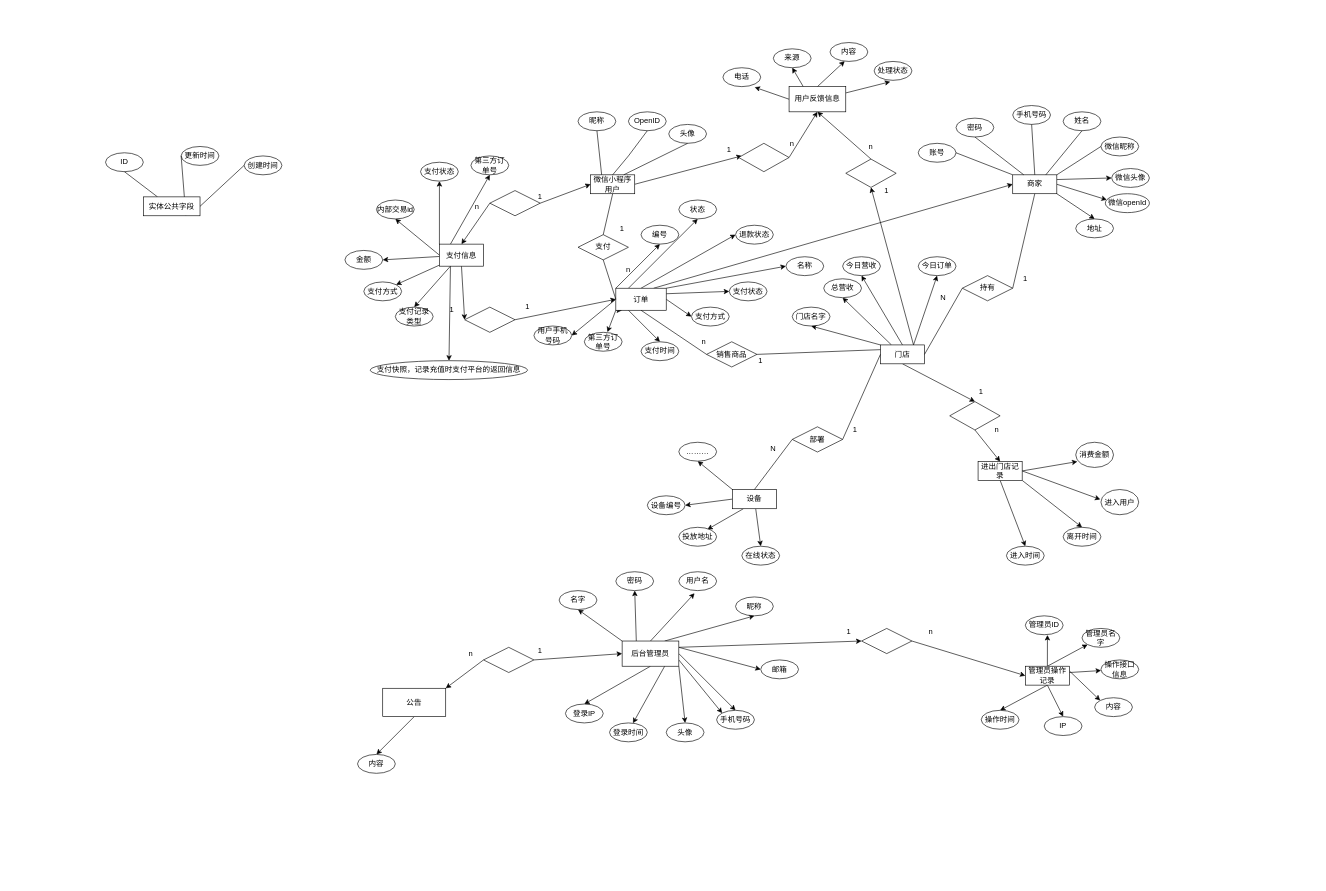
The draw.io diagram 云值守.drawio in hxb-qwe/yunzhishou, before the edit. Source tidied: cells renumbered, new cells numbered last; positions are measured from the earlier drawing's top-left corner, leaving out a move shared by most shapes. Both pictures are drawn from the tidied source at 63%, with x=0, y=0 at pixel (105, 42).
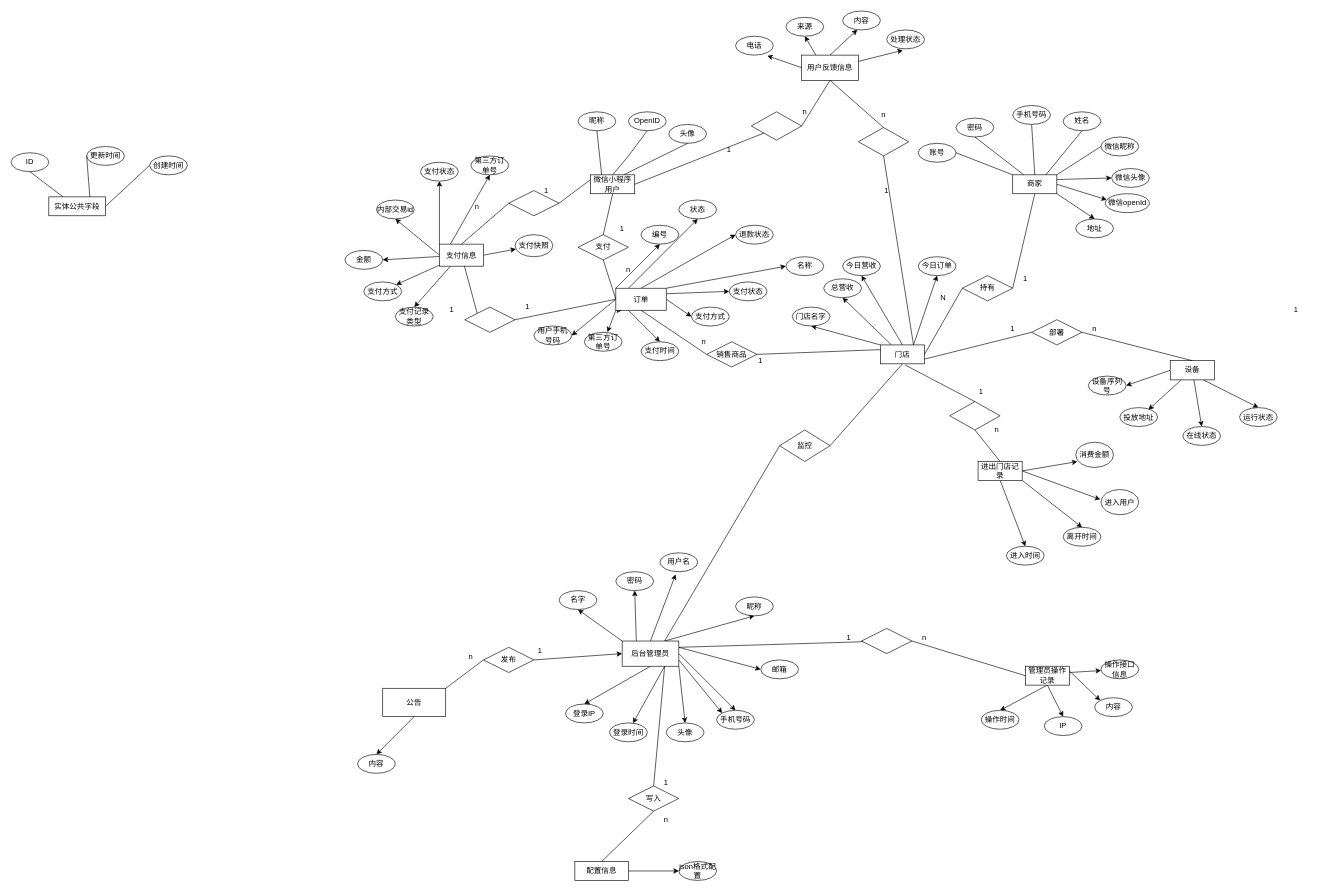
After the change.

Commit message:
更新云值守.drawio

Unchanged cells that the change refers to:
```xml
<mxCell id="3" value="微信小程序用户" style="rounded=0;whiteSpace=wrap;html=1;" parent="1" vertex="1">
  <mxGeometry x="770" y="210" width="70" height="30" as="geometry" />
</mxCell>
<mxCell id="7" value="商家" style="rounded=0;whiteSpace=wrap;html=1;" parent="1" vertex="1">
  <mxGeometry x="1440" y="210" width="70" height="30" as="geometry" />
</mxCell>
<mxCell id="14" value="门店" style="rounded=0;whiteSpace=wrap;html=1;" parent="1" vertex="1">
  <mxGeometry x="1230" y="480" width="70" height="30" as="geometry" />
</mxCell>
<mxCell id="73" value="后台管理员" style="rounded=0;whiteSpace=wrap;html=1;" parent="1" vertex="1">
  <mxGeometry x="820" y="950" width="90" height="40" as="geometry" />
</mxCell>
<mxCell id="94" value="订单" style="rounded=0;whiteSpace=wrap;html=1;" parent="1" vertex="1">
  <mxGeometry x="810" y="390" width="80" height="35" as="geometry" />
</mxCell>
<mxCell id="118" value="进出门店记录" style="rounded=0;whiteSpace=wrap;html=1;" parent="1" vertex="1">
  <mxGeometry x="1385" y="665" width="70" height="30" as="geometry" />
</mxCell>
<mxCell id="129" value="管理员操作记录" style="rounded=0;whiteSpace=wrap;html=1;" parent="1" vertex="1">
  <mxGeometry x="1460" y="990" width="70" height="30" as="geometry" />
</mxCell>
<mxCell id="145" value="支付信息" style="rounded=0;whiteSpace=wrap;html=1;" parent="1" vertex="1">
  <mxGeometry x="530" y="320" width="70" height="35" as="geometry" />
</mxCell>
<mxCell id="152" style="rhombus;whiteSpace=wrap;html=1;" parent="1" vertex="1">
  <mxGeometry x="570" y="420" width="80" height="40" as="geometry" />
</mxCell>
<mxCell id="168" style="rhombus;whiteSpace=wrap;html=1;" parent="1" vertex="1">
  <mxGeometry x="1340" y="570" width="80" height="45" as="geometry" />
</mxCell>
<mxCell id="172" style="rhombus;whiteSpace=wrap;html=1;" parent="1" vertex="1">
  <mxGeometry x="1200" y="930" width="80" height="40" as="geometry" />
</mxCell>
<mxCell id="188" value="公告" style="rounded=0;whiteSpace=wrap;html=1;" parent="1" vertex="1">
  <mxGeometry x="440" y="1025" width="100" height="45" as="geometry" />
</mxCell>
```

The edit, as a diff of the source:
```diff
@@
-    <mxCell id="2" style="edgeStyle=none;rounded=0;jettySize=auto;html=1;exitX=1;exitY=0.5;exitDx=0;exitDy=0;entryX=0.061;entryY=0.443;entryDx=0;entryDy=0;entryPerimeter=0;" parent="1" edge="1" source="3" target="176">
-      <mxGeometry relative="1" as="geometry" />
-    </mxCell>
@@
-    <mxCell id="12" style="edgeStyle=none;rounded=0;jettySize=auto;html=1;exitX=0.5;exitY=1;exitDx=0;exitDy=0;entryX=0.5;entryY=0;entryDx=0;entryDy=0;" parent="1" edge="1" source="14" target="168">
-      <mxGeometry relative="1" as="geometry" />
-    </mxCell>
-    <mxCell id="13" style="edgeStyle=none;rounded=0;jettySize=auto;html=1;exitX=0.75;exitY=0;exitDx=0;exitDy=0;entryX=0.5;entryY=1;entryDx=0;entryDy=0;" parent="1" edge="1" source="14" target="179">
-      <mxGeometry relative="1" as="geometry" />
-    </mxCell>
@@
-    <mxCell id="20" style="edgeStyle=none;rounded=0;jettySize=auto;html=1;exitX=0;exitY=0;exitDx=0;exitDy=0;entryX=0.5;entryY=1;entryDx=0;entryDy=0;" parent="1" edge="1" source="24" target="61">
-      <mxGeometry relative="1" as="geometry" />
-    </mxCell>
@@
+    <mxCell id="198" style="edgeStyle=none;rounded=0;jettySize=auto;html=1;exitX=0.75;exitY=1;exitDx=0;exitDy=0;entryX=0.5;entryY=0;entryDx=0;entryDy=0;" parent="1" edge="1" source="24" target="199">
+      <mxGeometry relative="1" as="geometry" />
+    </mxCell>
     <mxCell id="24" value="设备" style="rounded=0;whiteSpace=wrap;html=1;" parent="1" vertex="1">
-      <mxGeometry x="995" y="709.5" width="70" height="30.5" as="geometry" />
+      <mxGeometry x="1690" y="505" width="70" height="30.5" as="geometry" />
     </mxCell>
-    <mxCell id="25" style="endArrow=none;html=1;rounded=0;exitX=0.5;exitY=0;exitDx=0;exitDy=0;entryX=0;entryY=0.5;entryDx=0;entryDy=0;" parent="1" edge="1" source="24" target="26">
-      <mxGeometry relative="1" as="geometry" />
-    </mxCell>
     <mxCell id="26" value="部署" style="rhombus;whiteSpace=wrap;html=1;" parent="1" vertex="1">
-      <mxGeometry x="1090" y="610" width="80" height="40" as="geometry" />
+      <mxGeometry x="1470" y="440" width="80" height="40" as="geometry" />
     </mxCell>
-    <mxCell id="27" style="endArrow=none;html=1;rounded=0;entryX=0;entryY=0.5;entryDx=0;entryDy=0;exitX=1;exitY=0.5;exitDx=0;exitDy=0;" parent="1" edge="1" source="26" target="14">
-      <mxGeometry relative="1" as="geometry" />
-    </mxCell>
     <mxCell id="28" value="1" style="text;html=1;strokeColor=none;fillColor=none;align=center;verticalAlign=middle;whiteSpace=wrap;rounded=0;" parent="1" vertex="1">
-      <mxGeometry x="1160" y="600" width="60" height="30" as="geometry" />
+      <mxGeometry x="1860" y="410" width="60" height="30" as="geometry" />
     </mxCell>
-    <mxCell id="29" value="N" style="text;html=1;strokeColor=none;fillColor=none;align=center;verticalAlign=middle;whiteSpace=wrap;rounded=0;" parent="1" vertex="1">
-      <mxGeometry x="1030" y="630" width="60" height="30" as="geometry" />
-    </mxCell>
     <mxCell id="30" value="ID" style="ellipse;whiteSpace=wrap;html=1;" parent="1" vertex="1">
-      <mxGeometry y="175" width="60" height="30" as="geometry" />
+      <mxGeometry x="-150" y="175" width="60" height="30" as="geometry" />
     </mxCell>
@@
     <mxCell id="39" value="创建时间" style="ellipse;whiteSpace=wrap;html=1;" parent="1" vertex="1">
-      <mxGeometry x="220" y="180" width="60" height="30" as="geometry" />
+      <mxGeometry x="70" y="180" width="60" height="30" as="geometry" />
     </mxCell>
@@
     <mxCell id="41" value="更新时间" style="ellipse;whiteSpace=wrap;html=1;" parent="1" vertex="1">
-      <mxGeometry x="120" y="165" width="60" height="30" as="geometry" />
+      <mxGeometry x="-30" y="165" width="60" height="30" as="geometry" />
     </mxCell>
@@
     <mxCell id="55" value="实体公共字段" style="rounded=0;whiteSpace=wrap;html=1;" parent="1" vertex="1">
-      <mxGeometry x="60" y="245" width="90" height="30" as="geometry" />
+      <mxGeometry x="-90" y="245" width="90" height="30" as="geometry" />
     </mxCell>
@@
-    <mxCell id="61" value="………" style="ellipse;whiteSpace=wrap;html=1;" parent="1" vertex="1">
-      <mxGeometry x="910" y="634.5" width="60" height="30" as="geometry" />
-    </mxCell>
@@
-    <mxCell id="72" style="edgeStyle=none;rounded=0;jettySize=auto;html=1;exitX=1;exitY=0.25;exitDx=0;exitDy=0;entryX=0;entryY=0.5;entryDx=0;entryDy=0;" parent="1" edge="1" source="73" target="172">
-      <mxGeometry relative="1" as="geometry" />
-    </mxCell>
@@
     <mxCell id="74" value="用户名" style="ellipse;whiteSpace=wrap;html=1;" parent="1" vertex="1">
-      <mxGeometry x="910" y="840" width="60" height="30" as="geometry" />
+      <mxGeometry x="880" y="810" width="60" height="30" as="geometry" />
     </mxCell>
@@
-    <mxCell id="93" style="edgeStyle=none;rounded=0;jettySize=auto;html=1;exitX=0.75;exitY=0;exitDx=0;exitDy=0;entryX=0;entryY=0.5;entryDx=0;entryDy=0;" parent="1" edge="1" source="94" target="7">
-      <mxGeometry relative="1" as="geometry" />
-    </mxCell>
@@
-    <mxCell id="123" style="edgeStyle=none;rounded=0;jettySize=auto;html=1;exitX=0.5;exitY=0;exitDx=0;exitDy=0;entryX=0.585;entryY=1.014;entryDx=0;entryDy=0;entryPerimeter=0;" parent="1" edge="1" source="129" target="130">
-      <mxGeometry relative="1" as="geometry" />
-    </mxCell>
-    <mxCell id="124" style="edgeStyle=none;rounded=0;jettySize=auto;html=1;exitX=0.5;exitY=0;exitDx=0;exitDy=0;entryX=0;entryY=1;entryDx=0;entryDy=0;" parent="1" edge="1" source="129" target="131">
-      <mxGeometry relative="1" as="geometry" />
-    </mxCell>
@@
-    <mxCell id="130" value="管理员ID" style="ellipse;whiteSpace=wrap;html=1;" parent="1" vertex="1">
-      <mxGeometry x="1460" y="910" width="60" height="30" as="geometry" />
-    </mxCell>
-    <mxCell id="131" value="管理员名字" style="ellipse;whiteSpace=wrap;html=1;" parent="1" vertex="1">
-      <mxGeometry x="1550" y="930" width="60" height="30" as="geometry" />
-    </mxCell>
@@
-    <mxCell id="137" style="edgeStyle=none;rounded=0;jettySize=auto;html=1;exitX=0.5;exitY=1;exitDx=0;exitDy=0;entryX=0;entryY=0.5;entryDx=0;entryDy=0;" parent="1" edge="1" source="145" target="152">
-      <mxGeometry relative="1" as="geometry" />
-    </mxCell>
@@
-    <mxCell id="144" style="edgeStyle=none;rounded=0;jettySize=auto;html=1;exitX=0.25;exitY=1;exitDx=0;exitDy=0;" parent="1" edge="1" source="145" target="161">
+    <mxCell id="144" style="edgeStyle=none;rounded=0;jettySize=auto;html=1;exitX=1;exitY=0.5;exitDx=0;exitDy=0;" parent="1" edge="1" source="145" target="161">
       <mxGeometry relative="1" as="geometry" />
     </mxCell>
@@
-    <mxCell id="146" style="edgeStyle=none;rounded=0;jettySize=auto;html=1;exitX=1;exitY=0.5;exitDx=0;exitDy=0;entryX=0;entryY=0.5;entryDx=0;entryDy=0;" parent="1" edge="1" source="148" target="3">
-      <mxGeometry relative="1" as="geometry" />
-    </mxCell>
-    <mxCell id="147" style="edgeStyle=none;rounded=0;jettySize=auto;html=1;exitX=0;exitY=0.5;exitDx=0;exitDy=0;entryX=0.5;entryY=0;entryDx=0;entryDy=0;" parent="1" edge="1" source="148" target="145">
-      <mxGeometry relative="1" as="geometry" />
-    </mxCell>
     <mxCell id="148" style="rhombus;whiteSpace=wrap;html=1;" parent="1" vertex="1">
-      <mxGeometry x="610" y="235" width="80" height="40" as="geometry" />
+      <mxGeometry x="640" y="235" width="80" height="40" as="geometry" />
     </mxCell>
     <mxCell id="149" value="1" style="text;html=1;strokeColor=none;fillColor=none;align=center;verticalAlign=middle;whiteSpace=wrap;rounded=0;" parent="1" vertex="1">
-      <mxGeometry x="660" y="230" width="60" height="30" as="geometry" />
+      <mxGeometry x="670" y="220" width="60" height="30" as="geometry" />
     </mxCell>
@@
-    <mxCell id="151" style="edgeStyle=none;rounded=0;jettySize=auto;html=1;exitX=1;exitY=0.5;exitDx=0;exitDy=0;entryX=0;entryY=0.5;entryDx=0;entryDy=0;" parent="1" edge="1" source="152" target="94">
-      <mxGeometry relative="1" as="geometry" />
-    </mxCell>
@@
-    <mxCell id="161" value="支付快照，记录充值时支付平台的返回信息" style="ellipse;whiteSpace=wrap;html=1;" parent="1" vertex="1">
-      <mxGeometry x="420" y="505" width="250" height="30" as="geometry" />
+    <mxCell id="161" value="支付快照" style="ellipse;whiteSpace=wrap;html=1;" parent="1" vertex="1">
+      <mxGeometry x="650" y="305" width="60" height="35" as="geometry" />
     </mxCell>
@@
     <mxCell id="166" value="用户反馈信息" style="rounded=0;whiteSpace=wrap;html=1;" parent="1" vertex="1">
-      <mxGeometry x="1085" y="70" width="90" height="40" as="geometry" />
+      <mxGeometry x="1105" y="20" width="90" height="40" as="geometry" />
     </mxCell>
-    <mxCell id="167" style="edgeStyle=none;rounded=0;jettySize=auto;html=1;exitX=0.5;exitY=1;exitDx=0;exitDy=0;entryX=0.5;entryY=0;entryDx=0;entryDy=0;" parent="1" edge="1" source="168" target="118">
-      <mxGeometry relative="1" as="geometry" />
-    </mxCell>
@@
-    <mxCell id="171" style="edgeStyle=none;rounded=0;jettySize=auto;html=1;exitX=1;exitY=0.5;exitDx=0;exitDy=0;entryX=0;entryY=0.5;entryDx=0;entryDy=0;" parent="1" edge="1" source="172" target="129">
-      <mxGeometry relative="1" as="geometry" />
-    </mxCell>
@@
     <mxCell id="173" value="1" style="text;html=1;strokeColor=none;fillColor=none;align=center;verticalAlign=middle;whiteSpace=wrap;rounded=0;" parent="1" vertex="1">
-      <mxGeometry x="1150" y="920" width="60" height="30" as="geometry" />
+      <mxGeometry x="1150" y="930" width="60" height="30" as="geometry" />
     </mxCell>
     <mxCell id="174" value="n" style="text;html=1;strokeColor=none;fillColor=none;align=center;verticalAlign=middle;whiteSpace=wrap;rounded=0;" parent="1" vertex="1">
-      <mxGeometry x="1280" y="920" width="60" height="30" as="geometry" />
+      <mxGeometry x="1270" y="930" width="60" height="30" as="geometry" />
     </mxCell>
-    <mxCell id="175" style="edgeStyle=none;rounded=0;jettySize=auto;html=1;exitX=1;exitY=0.5;exitDx=0;exitDy=0;entryX=0.5;entryY=1;entryDx=0;entryDy=0;" parent="1" edge="1" source="176" target="166">
-      <mxGeometry relative="1" as="geometry" />
-    </mxCell>
     <mxCell id="176" style="rhombus;whiteSpace=wrap;html=1;" parent="1" vertex="1">
-      <mxGeometry x="1005" y="160" width="80" height="45" as="geometry" />
+      <mxGeometry x="1025" y="110" width="80" height="45" as="geometry" />
     </mxCell>
     <mxCell id="177" value="电话" style="ellipse;whiteSpace=wrap;html=1;" parent="1" vertex="1">
-      <mxGeometry x="980" y="40" width="60" height="30" as="geometry" />
+      <mxGeometry x="1000" y="-10" width="60" height="30" as="geometry" />
     </mxCell>
-    <mxCell id="178" style="edgeStyle=none;rounded=0;jettySize=auto;html=1;exitX=0.5;exitY=0;exitDx=0;exitDy=0;" parent="1" edge="1" source="179">
-      <mxGeometry relative="1" as="geometry">
-        <mxPoint x="1130" y="110" as="targetPoint" />
-      </mxGeometry>
-    </mxCell>
     <mxCell id="179" style="rhombus;whiteSpace=wrap;html=1;" parent="1" vertex="1">
-      <mxGeometry x="1175" y="185" width="80" height="45" as="geometry" />
+      <mxGeometry x="1195" y="135" width="80" height="45" as="geometry" />
     </mxCell>
@@
     <mxCell id="181" value="n" style="text;html=1;strokeColor=none;fillColor=none;align=center;verticalAlign=middle;whiteSpace=wrap;rounded=0;" parent="1" vertex="1">
-      <mxGeometry x="1060" y="145" width="60" height="30" as="geometry" />
+      <mxGeometry x="1080" y="95" width="60" height="30" as="geometry" />
     </mxCell>
@@
     <mxCell id="183" value="n" style="text;html=1;strokeColor=none;fillColor=none;align=center;verticalAlign=middle;whiteSpace=wrap;rounded=0;" parent="1" vertex="1">
-      <mxGeometry x="1185" y="150" width="60" height="30" as="geometry" />
+      <mxGeometry x="1205" y="100" width="60" height="30" as="geometry" />
     </mxCell>
     <mxCell id="184" value="来源" style="ellipse;whiteSpace=wrap;html=1;" parent="1" vertex="1">
-      <mxGeometry x="1060" y="10" width="60" height="30" as="geometry" />
+      <mxGeometry x="1080" y="-40" width="60" height="30" as="geometry" />
     </mxCell>
     <mxCell id="185" value="内容" style="ellipse;whiteSpace=wrap;html=1;" parent="1" vertex="1">
-      <mxGeometry x="1150" width="60" height="30" as="geometry" />
+      <mxGeometry x="1170" y="-50" width="60" height="30" as="geometry" />
     </mxCell>
     <mxCell id="186" value="处理状态" style="ellipse;whiteSpace=wrap;html=1;" parent="1" vertex="1">
-      <mxGeometry x="1220" y="30" width="60" height="30" as="geometry" />
+      <mxGeometry x="1240" y="-20" width="60" height="30" as="geometry" />
     </mxCell>
@@
-    <mxCell id="189" style="edgeStyle=none;rounded=0;jettySize=auto;html=1;exitX=0;exitY=0.5;exitDx=0;exitDy=0;entryX=1;entryY=0;entryDx=0;entryDy=0;" parent="1" edge="1" source="191" target="188">
-      <mxGeometry relative="1" as="geometry" />
-    </mxCell>
@@
-    <mxCell id="191" style="rhombus;whiteSpace=wrap;html=1;" parent="1" vertex="1">
+    <mxCell id="191" value="发布" style="rhombus;whiteSpace=wrap;html=1;" parent="1" vertex="1">
       <mxGeometry x="600" y="960" width="80" height="40" as="geometry" />
     </mxCell>
@@
     <mxCell id="193" value="n" style="text;html=1;strokeColor=none;fillColor=none;align=center;verticalAlign=middle;whiteSpace=wrap;rounded=0;" parent="1" vertex="1">
-      <mxGeometry x="550" y="955" width="60" height="30" as="geometry" />
+      <mxGeometry x="550" y="960" width="60" height="30" as="geometry" />
     </mxCell>
@@
-    <mxCell id="195" value="设备编号" style="ellipse;whiteSpace=wrap;html=1;" parent="1" vertex="1">
-      <mxGeometry x="860" y="719.5" width="60" height="30" as="geometry" />
+    <mxCell id="195" value="设备序列号" style="ellipse;whiteSpace=wrap;html=1;" parent="1" vertex="1">
+      <mxGeometry x="1560" y="529.5" width="60" height="30" as="geometry" />
     </mxCell>
     <mxCell id="196" value="投放地址" style="ellipse;whiteSpace=wrap;html=1;" parent="1" vertex="1">
-      <mxGeometry x="910" y="769.5" width="60" height="30" as="geometry" />
+      <mxGeometry x="1610" y="579.5" width="60" height="30" as="geometry" />
     </mxCell>
     <mxCell id="197" value="在线状态" style="ellipse;whiteSpace=wrap;html=1;" parent="1" vertex="1">
-      <mxGeometry x="1010" y="799.5" width="60" height="30" as="geometry" />
+      <mxGeometry x="1710" y="609.5" width="60" height="30" as="geometry" />
     </mxCell>
+    <mxCell id="199" value="运行状态" style="ellipse;whiteSpace=wrap;html=1;" parent="1" vertex="1">
+      <mxGeometry x="1800" y="579.5" width="60" height="30" as="geometry" />
+    </mxCell>
+    <mxCell id="200" value="写入" style="rhombus;whiteSpace=wrap;html=1;" parent="1" vertex="1">
+      <mxGeometry x="830" y="1180" width="80" height="40" as="geometry" />
+    </mxCell>
+    <mxCell id="201" style="edgeStyle=none;rounded=0;jettySize=auto;html=1;exitX=1;exitY=0.5;exitDx=0;exitDy=0;entryX=0;entryY=0.5;entryDx=0;entryDy=0;" parent="1" edge="1" source="202" target="205">
+      <mxGeometry relative="1" as="geometry" />
+    </mxCell>
+    <mxCell id="202" value="配置信息" style="rounded=0;whiteSpace=wrap;html=1;" parent="1" vertex="1">
+      <mxGeometry x="745" y="1300" width="85" height="30" as="geometry" />
+    </mxCell>
+    <mxCell id="203" style="endArrow=none;html=1;rounded=0;entryX=0.75;entryY=1;entryDx=0;entryDy=0;exitX=0.5;exitY=0;exitDx=0;exitDy=0;" parent="1" edge="1" source="200" target="73">
+      <mxGeometry relative="1" as="geometry" />
+    </mxCell>
+    <mxCell id="204" style="endArrow=none;html=1;rounded=0;entryX=0.5;entryY=1;entryDx=0;entryDy=0;exitX=0.5;exitY=0;exitDx=0;exitDy=0;" parent="1" edge="1" source="202" target="200">
+      <mxGeometry relative="1" as="geometry" />
+    </mxCell>
+    <mxCell id="205" value="json格式配置" style="ellipse;whiteSpace=wrap;html=1;" parent="1" vertex="1">
+      <mxGeometry x="910" y="1300" width="60" height="30" as="geometry" />
+    </mxCell>
+    <mxCell id="206" value="1" style="text;html=1;strokeColor=none;fillColor=none;align=center;verticalAlign=middle;whiteSpace=wrap;rounded=0;" parent="1" vertex="1">
+      <mxGeometry x="860" y="1160" width="60" height="30" as="geometry" />
+    </mxCell>
+    <mxCell id="207" value="n" style="text;html=1;strokeColor=none;fillColor=none;align=center;verticalAlign=middle;whiteSpace=wrap;rounded=0;" parent="1" vertex="1">
+      <mxGeometry x="860" y="1219" width="60" height="30" as="geometry" />
+    </mxCell>
+    <mxCell id="208" style="endArrow=none;html=1;rounded=0;exitX=0.5;exitY=0;exitDx=0;exitDy=0;entryX=0;entryY=0.5;entryDx=0;entryDy=0;" parent="1" edge="1" source="145" target="148">
+      <mxGeometry relative="1" as="geometry" />
+    </mxCell>
+    <mxCell id="146" style="endArrow=none;html=1;rounded=0;exitX=1;exitY=0.5;exitDx=0;exitDy=0;entryX=0;entryY=0.25;entryDx=0;entryDy=0;" parent="1" edge="1" source="148" target="3">
+      <mxGeometry relative="1" as="geometry" />
+    </mxCell>
+    <mxCell id="2" style="endArrow=none;html=1;rounded=0;exitX=1;exitY=0.5;exitDx=0;exitDy=0;entryX=0;entryY=1;entryDx=0;entryDy=0;" parent="1" edge="1" source="3" target="176">
+      <mxGeometry relative="1" as="geometry" />
+    </mxCell>
+    <mxCell id="209" style="endArrow=none;html=1;rounded=0;exitX=0;exitY=0;exitDx=0;exitDy=0;" parent="1" edge="1" source="152" target="145">
+      <mxGeometry relative="1" as="geometry" />
+    </mxCell>
+    <mxCell id="151" style="endArrow=none;html=1;rounded=0;exitX=1;exitY=0.5;exitDx=0;exitDy=0;entryX=0;entryY=0.5;entryDx=0;entryDy=0;" parent="1" edge="1" source="152" target="94">
+      <mxGeometry relative="1" as="geometry" />
+    </mxCell>
+    <mxCell id="175" style="endArrow=none;html=1;rounded=0;exitX=1;exitY=0.5;exitDx=0;exitDy=0;entryX=0.5;entryY=1;entryDx=0;entryDy=0;" parent="1" edge="1" source="176" target="166">
+      <mxGeometry relative="1" as="geometry" />
+    </mxCell>
+    <mxCell id="210" style="endArrow=none;html=1;rounded=0;entryX=0.5;entryY=0;entryDx=0;entryDy=0;exitX=0.5;exitY=1;exitDx=0;exitDy=0;" parent="1" edge="1" source="166" target="179">
+      <mxGeometry relative="1" as="geometry" />
+    </mxCell>
+    <mxCell id="13" style="endArrow=none;html=1;rounded=0;entryX=0.5;entryY=1;entryDx=0;entryDy=0;exitX=0.75;exitY=0;exitDx=0;exitDy=0;" parent="1" edge="1" source="14" target="179">
+      <mxGeometry relative="1" as="geometry" />
+    </mxCell>
+    <mxCell id="211" style="endArrow=none;html=1;rounded=0;entryX=0.56;entryY=1.062;entryDx=0;entryDy=0;entryPerimeter=0;exitX=0.5;exitY=0;exitDx=0;exitDy=0;" parent="1" edge="1" source="168" target="14">
+      <mxGeometry relative="1" as="geometry" />
+    </mxCell>
+    <mxCell id="212" style="endArrow=none;html=1;rounded=0;entryX=0.5;entryY=1;entryDx=0;entryDy=0;exitX=0.5;exitY=0;exitDx=0;exitDy=0;" parent="1" edge="1" source="118" target="168">
+      <mxGeometry relative="1" as="geometry" />
+    </mxCell>
+    <mxCell id="72" style="endArrow=none;html=1;rounded=0;exitX=1;exitY=0.25;exitDx=0;exitDy=0;" parent="1" edge="1" source="73" target="172">
+      <mxGeometry relative="1" as="geometry" />
+    </mxCell>
+    <mxCell id="171" style="endArrow=none;html=1;rounded=0;exitX=1;exitY=0.5;exitDx=0;exitDy=0;entryX=0;entryY=0.5;entryDx=0;entryDy=0;" parent="1" edge="1" source="172" target="129">
+      <mxGeometry relative="1" as="geometry" />
+    </mxCell>
+    <mxCell id="213" style="endArrow=none;html=1;rounded=0;exitX=1;exitY=0;exitDx=0;exitDy=0;entryX=0;entryY=0.5;entryDx=0;entryDy=0;" parent="1" edge="1" source="188" target="191">
+      <mxGeometry relative="1" as="geometry" />
+    </mxCell>
+    <mxCell id="214" style="endArrow=none;html=1;rounded=0;exitX=1;exitY=0.75;exitDx=0;exitDy=0;entryX=0;entryY=0.5;entryDx=0;entryDy=0;" parent="1" edge="1" source="14" target="26">
+      <mxGeometry relative="1" as="geometry" />
+    </mxCell>
+    <mxCell id="215" style="endArrow=none;html=1;rounded=0;exitX=1;exitY=0.5;exitDx=0;exitDy=0;entryX=0.5;entryY=0;entryDx=0;entryDy=0;" parent="1" edge="1" source="26" target="24">
+      <mxGeometry relative="1" as="geometry" />
+    </mxCell>
+    <mxCell id="216" value="1" style="text;html=1;strokeColor=none;fillColor=none;align=center;verticalAlign=middle;whiteSpace=wrap;rounded=0;" parent="1" vertex="1">
+      <mxGeometry x="1410" y="440" width="60" height="30" as="geometry" />
+    </mxCell>
+    <mxCell id="217" value="n" style="text;html=1;strokeColor=none;fillColor=none;align=center;verticalAlign=middle;whiteSpace=wrap;rounded=0;" parent="1" vertex="1">
+      <mxGeometry x="1540" y="440" width="60" height="30" as="geometry" />
+    </mxCell>
+    <mxCell id="218" value="监控" style="rhombus;whiteSpace=wrap;html=1;" parent="1" vertex="1">
+      <mxGeometry x="1070" y="615" width="80" height="50" as="geometry" />
+    </mxCell>
+    <mxCell id="219" style="endArrow=none;html=1;rounded=0;exitX=1;exitY=0.5;exitDx=0;exitDy=0;entryX=0.5;entryY=1;entryDx=0;entryDy=0;" parent="1" edge="1" source="218" target="14">
+      <mxGeometry relative="1" as="geometry" />
+    </mxCell>
+    <mxCell id="220" style="endArrow=none;html=1;rounded=0;entryX=0;entryY=0.5;entryDx=0;entryDy=0;exitX=0.75;exitY=0;exitDx=0;exitDy=0;" parent="1" edge="1" source="73" target="218">
+      <mxGeometry relative="1" as="geometry" />
+    </mxCell>
```
